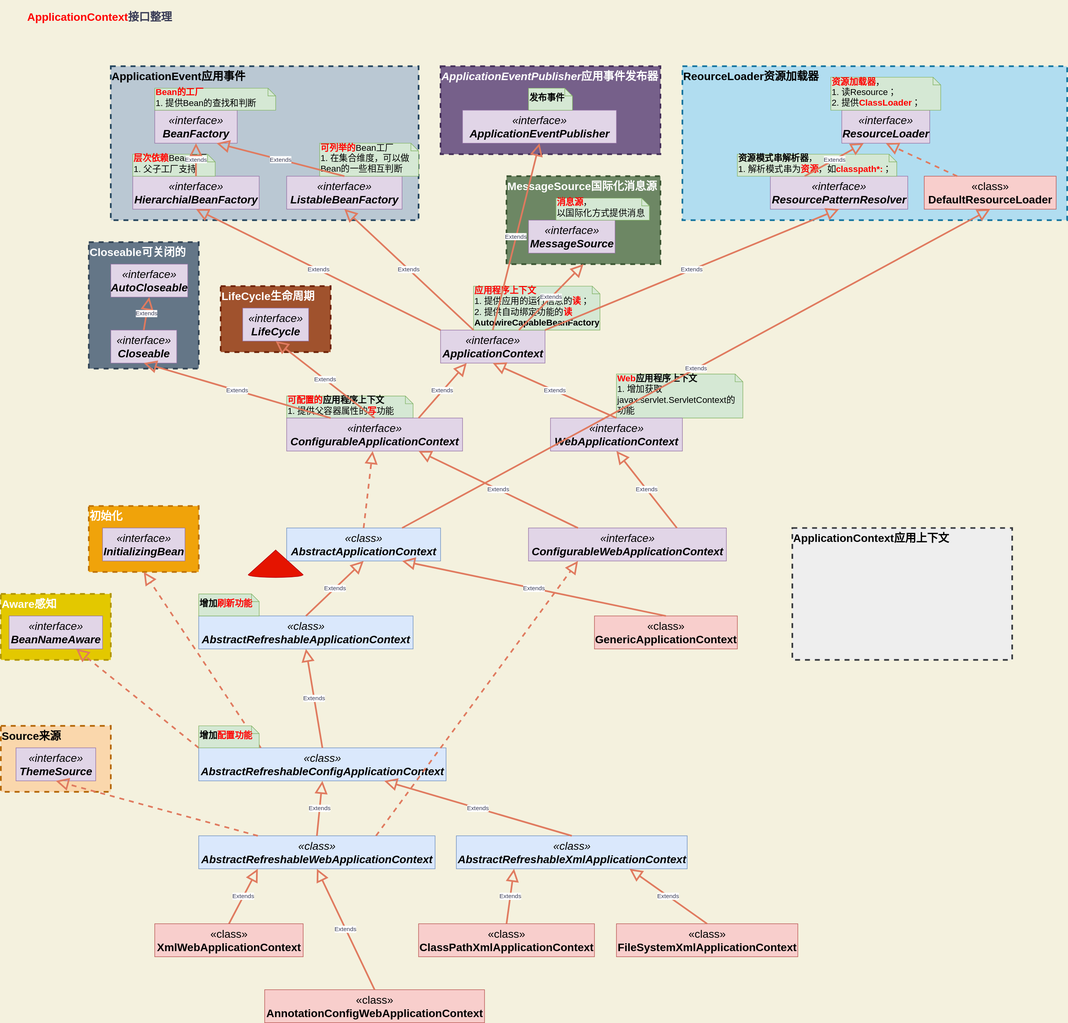
Jinhua-Lee/spring-learning keeps this draw.io diagram as src/main/resources/doc/ref/04_1_1_ApplicationContext体系.svg. Above is the earlier version. Source tidied: cells renumbered, new cells last; positions are measured from the earlier drawing's top-left corner, leaving out a move shared by most shapes.
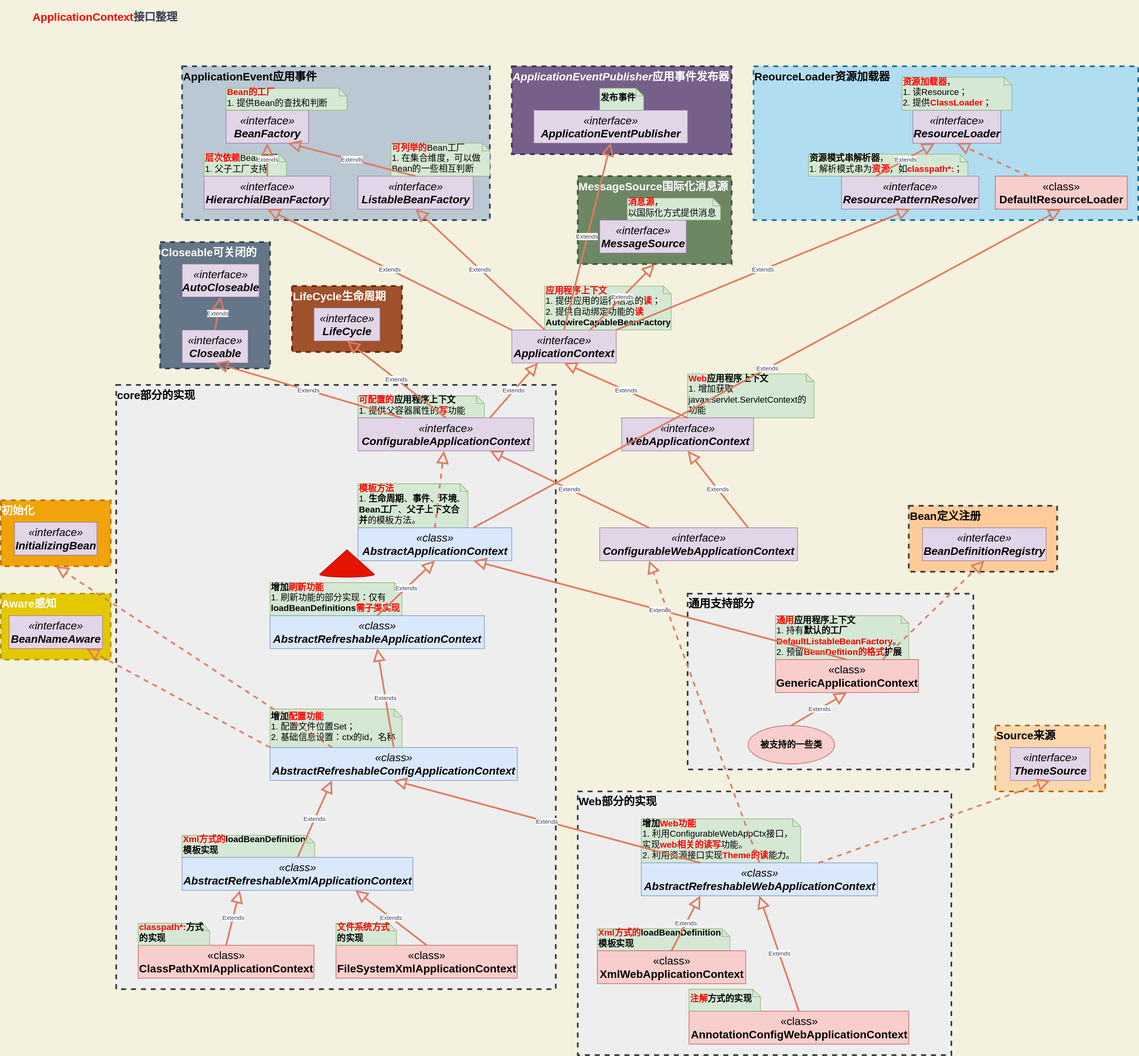
The same diagram one commit later.

Commit message:
1. ApplicationContext的核心脉络整理完成。

What changed in the source:
```diff
@@ -4,7 +4,40 @@
     <mxCell id="1" parent="0" />
+    <mxCell id="85" value="&lt;font style=&quot;font-size: 20px&quot;&gt;&lt;b&gt;通用支持部分&lt;/b&gt;&lt;/font&gt;" style="rounded=0;whiteSpace=wrap;html=1;dashed=1;sketch=0;strokeColor=#36393d;strokeWidth=3;fillColor=#eeeeee;align=left;verticalAlign=top;" parent="1" vertex="1">
+      <mxGeometry x="1120" y="1080" width="520" height="320" as="geometry" />
+    </mxCell>
+    <mxCell id="86" value="&lt;font style=&quot;font-size: 20px&quot;&gt;&lt;b&gt;Web部分的实现&lt;/b&gt;&lt;/font&gt;" style="rounded=0;whiteSpace=wrap;html=1;dashed=1;sketch=0;strokeColor=#36393d;strokeWidth=3;fillColor=#eeeeee;align=left;verticalAlign=top;" parent="1" vertex="1">
+      <mxGeometry x="920" y="1440" width="680" height="480" as="geometry" />
+    </mxCell>
+    <mxCell id="87" value="&lt;font style=&quot;font-size: 16px&quot;&gt;&lt;b&gt;&lt;font color=&quot;#ff0000&quot;&gt;Xml方式的&lt;/font&gt;loadBeanDefinition模板实现&lt;/b&gt;&lt;br&gt;&lt;/font&gt;" style="shape=note;whiteSpace=wrap;html=1;size=14;verticalAlign=middle;align=left;spacingTop=-6;rounded=0;sketch=0;strokeColor=#82b366;fillColor=#d5e8d4;" parent="1" vertex="1">
+      <mxGeometry x="955.6" y="1690" width="241.2" height="40" as="geometry" />
+    </mxCell>
+    <mxCell id="58" value="Extends" style="endArrow=block;endSize=16;endFill=0;html=1;strokeColor=#E07A5F;fillColor=#F2CC8F;fontColor=#393C56;strokeWidth=3;exitX=0.5;exitY=0;exitDx=0;exitDy=0;entryX=0.25;entryY=1;entryDx=0;entryDy=0;" parent="1" edge="1" source="59" target="50">
+      <mxGeometry relative="1" as="geometry" />
+    </mxCell>
+    <mxCell id="29" value="&lt;font style=&quot;font-size: 20px&quot;&gt;&lt;b&gt;core部分的实现&lt;/b&gt;&lt;/font&gt;" style="rounded=0;whiteSpace=wrap;html=1;dashed=1;sketch=0;strokeColor=#36393d;strokeWidth=3;fillColor=#eeeeee;align=left;verticalAlign=top;" parent="1" vertex="1">
+      <mxGeometry x="80" y="700" width="800" height="1100" as="geometry" />
+    </mxCell>
+    <mxCell id="88" value="&lt;font style=&quot;font-size: 16px&quot;&gt;&lt;b&gt;&lt;font color=&quot;#ff0000&quot;&gt;通用&lt;/font&gt;应用程序上下文&lt;/b&gt;&lt;br&gt;1. 持有&lt;b&gt;默认的工厂&lt;font color=&quot;#ff0000&quot;&gt;DefaultListableBeanFactory&lt;/font&gt;&lt;/b&gt;。&lt;br&gt;2. 预留&lt;b&gt;&lt;font color=&quot;#ff0000&quot;&gt;BeanDefition的格式&lt;/font&gt;扩展&lt;/b&gt;&lt;br&gt;&lt;/font&gt;" style="shape=note;whiteSpace=wrap;html=1;size=14;verticalAlign=middle;align=left;spacingTop=-6;rounded=0;sketch=0;strokeColor=#82b366;fillColor=#d5e8d4;" parent="1" vertex="1">
+      <mxGeometry x="1280" y="1120" width="242.5" height="80" as="geometry" />
+    </mxCell>
+    <mxCell id="89" value="&lt;font style=&quot;font-size: 16px&quot;&gt;&lt;b&gt;&lt;font color=&quot;#ff0000&quot;&gt;Xml方式的&lt;/font&gt;loadBeanDefinition模板实现&lt;/b&gt;&lt;br&gt;&lt;/font&gt;" style="shape=note;whiteSpace=wrap;html=1;size=14;verticalAlign=middle;align=left;spacingTop=-6;rounded=0;sketch=0;strokeColor=#82b366;fillColor=#d5e8d4;" parent="1" vertex="1">
+      <mxGeometry x="200" y="1520" width="241.2" height="40" as="geometry" />
+    </mxCell>
+    <mxCell id="90" value="&lt;font style=&quot;font-size: 16px&quot;&gt;&lt;b&gt;增加&lt;font color=&quot;#ff0000&quot;&gt;Web功能&lt;br&gt;&lt;/font&gt;&lt;/b&gt;1. 利用ConfigurableWebAppCtx接口，实现&lt;b&gt;&lt;font color=&quot;#ff0000&quot;&gt;web相关的读写&lt;/font&gt;&lt;/b&gt;功能。&lt;br&gt;2. 利用资源接口实现&lt;b&gt;&lt;font color=&quot;#ff0000&quot;&gt;Theme的读&lt;/font&gt;&lt;/b&gt;能力。&lt;br&gt;&lt;/font&gt;" style="shape=note;whiteSpace=wrap;html=1;size=14;verticalAlign=middle;align=left;spacingTop=-6;rounded=0;sketch=0;strokeColor=#82b366;fillColor=#d5e8d4;" parent="1" vertex="1">
+      <mxGeometry x="1035.6" y="1490" width="290" height="80" as="geometry" />
+    </mxCell>
+    <mxCell id="80" value="&lt;font style=&quot;font-size: 16px&quot;&gt;&lt;b&gt;增加&lt;font color=&quot;#ff0000&quot;&gt;配置功能&lt;br&gt;&lt;/font&gt;&lt;/b&gt;1. 配置文件位置Set；&lt;br&gt;2. 基础信息设置：ctx的id，名称&lt;br&gt;&lt;/font&gt;" style="shape=note;whiteSpace=wrap;html=1;size=14;verticalAlign=middle;align=left;spacingTop=-6;rounded=0;sketch=0;strokeColor=#82b366;fillColor=#d5e8d4;" parent="1" vertex="1">
+      <mxGeometry x="360" y="1290" width="240" height="70" as="geometry" />
+    </mxCell>
+    <mxCell id="75" value="&lt;font style=&quot;font-size: 16px&quot;&gt;&lt;b&gt;增加&lt;font color=&quot;#ff0000&quot;&gt;刷新功能&lt;/font&gt;&lt;br&gt;&lt;/b&gt;1. 刷新功能的部分实现：仅有&lt;b&gt;loadBeanDefinitions&lt;font color=&quot;#ff0000&quot;&gt;需子类实现&lt;/font&gt;&lt;/b&gt;&lt;br&gt;&lt;/font&gt;" style="shape=note;whiteSpace=wrap;html=1;size=14;verticalAlign=middle;align=left;spacingTop=-6;rounded=0;sketch=0;strokeColor=#82b366;fillColor=#d5e8d4;" parent="1" vertex="1">
+      <mxGeometry x="360" y="1060" width="240" height="60" as="geometry" />
+    </mxCell>
+    <mxCell id="91" value="&lt;font style=&quot;font-size: 16px&quot;&gt;&lt;b&gt;&lt;font color=&quot;#ff0000&quot;&gt;模板方法&lt;br&gt;&lt;/font&gt;&lt;/b&gt;1. &lt;b&gt;生命周期&lt;/b&gt;、&lt;b&gt;事件&lt;/b&gt;、&lt;b&gt;环境&lt;/b&gt;、&lt;b&gt;Bean工厂&lt;/b&gt;、&lt;b&gt;父子上下文合并&lt;/b&gt;的模板方法。&lt;br&gt;&lt;/font&gt;" style="shape=note;whiteSpace=wrap;html=1;size=14;verticalAlign=middle;align=left;spacingTop=-6;rounded=0;sketch=0;strokeColor=#82b366;fillColor=#d5e8d4;" parent="1" vertex="1">
+      <mxGeometry x="520" y="880" width="200" height="80" as="geometry" />
+    </mxCell>
     <mxCell id="2" value="&lt;span style=&quot;font-size: 20px&quot;&gt;&lt;b&gt;Aware感知&lt;/b&gt;&lt;/span&gt;" style="rounded=0;whiteSpace=wrap;html=1;dashed=1;sketch=0;strokeColor=#B09500;strokeWidth=3;fillColor=#e3c800;align=left;verticalAlign=top;fontColor=#ffffff;" parent="1" vertex="1">
-      <mxGeometry y="1080" width="200" height="120" as="geometry" />
+      <mxGeometry x="-130" y="1080" width="200" height="120" as="geometry" />
     </mxCell>
     <mxCell id="3" value="&lt;span style=&quot;font-size: 20px&quot;&gt;&lt;b&gt;初始化&lt;/b&gt;&lt;/span&gt;" style="rounded=0;whiteSpace=wrap;html=1;dashed=1;sketch=0;strokeColor=#BD7000;strokeWidth=3;fillColor=#f0a30a;align=left;verticalAlign=top;fontColor=#ffffff;" parent="1" vertex="1">
-      <mxGeometry x="160" y="920" width="200" height="120" as="geometry" />
+      <mxGeometry x="-130" y="910" width="200" height="120" as="geometry" />
     </mxCell>
@@ -50,3 +83,3 @@
     <mxCell id="17" value="&lt;font style=&quot;font-size: 20px&quot;&gt;&lt;b&gt;&lt;font color=&quot;#ff0000&quot;&gt;ApplicationContext&lt;/font&gt;接口整理&lt;/b&gt;&lt;/font&gt;" style="text;html=1;strokeColor=none;fillColor=none;align=center;verticalAlign=middle;whiteSpace=wrap;rounded=0;sketch=0;fontColor=#393C56;" parent="1" vertex="1">
-      <mxGeometry x="40" width="280" height="60" as="geometry" />
+      <mxGeometry x="-80" width="280" height="60" as="geometry" />
     </mxCell>
@@ -85,5 +118,2 @@
     </mxCell>
-    <mxCell id="29" value="&lt;font style=&quot;font-size: 20px&quot;&gt;&lt;b&gt;ApplicationContext应用上下文&lt;/b&gt;&lt;/font&gt;" style="rounded=0;whiteSpace=wrap;html=1;dashed=1;sketch=0;strokeColor=#36393d;strokeWidth=3;fillColor=#eeeeee;align=left;verticalAlign=top;" parent="1" vertex="1">
-      <mxGeometry x="1440" y="960" width="400" height="240" as="geometry" />
-    </mxCell>
     <mxCell id="30" value="&lt;font style=&quot;font-size: 20px&quot;&gt;&lt;i&gt;«interface»&lt;br&gt;&lt;b&gt;ApplicationContext&lt;/b&gt;&lt;/i&gt;&lt;/font&gt;" style="html=1;rounded=0;sketch=0;strokeColor=#9673a6;fillColor=#e1d5e7;" parent="1" vertex="1">
@@ -137,3 +167,3 @@
     <mxCell id="46" value="&lt;font style=&quot;font-size: 20px&quot;&gt;«class»&lt;br&gt;&lt;b&gt;GenericApplicationContext&lt;/b&gt;&lt;br&gt;&lt;/font&gt;" style="html=1;rounded=0;sketch=0;strokeColor=#b85450;fillColor=#f8cecc;" parent="1" vertex="1">
-      <mxGeometry x="1080" y="1120" width="260" height="60" as="geometry" />
+      <mxGeometry x="1280" y="1200" width="260" height="60" as="geometry" />
     </mxCell>
@@ -149,5 +179,5 @@
     <mxCell id="50" value="&lt;font style=&quot;font-size: 20px&quot;&gt;&lt;i&gt;«class»&lt;br&gt;&lt;b&gt;AbstractRefreshableWebApplicationContext&lt;/b&gt;&lt;/i&gt;&lt;/font&gt;" style="html=1;rounded=0;sketch=0;strokeColor=#6c8ebf;fillColor=#dae8fc;" parent="1" vertex="1">
-      <mxGeometry x="360" y="1520" width="430" height="60" as="geometry" />
+      <mxGeometry x="1035.6" y="1570" width="430" height="60" as="geometry" />
     </mxCell>
-    <mxCell id="51" value="Extends" style="endArrow=block;endSize=16;endFill=0;html=1;strokeColor=#E07A5F;fillColor=#F2CC8F;fontColor=#393C56;strokeWidth=3;exitX=0.5;exitY=0;exitDx=0;exitDy=0;entryX=0.5;entryY=1;entryDx=0;entryDy=0;" parent="1" edge="1" source="50" target="48">
+    <mxCell id="51" value="Extends" style="endArrow=block;endSize=16;endFill=0;html=1;strokeColor=#E07A5F;fillColor=#F2CC8F;fontColor=#393C56;strokeWidth=3;exitX=0.25;exitY=0;exitDx=0;exitDy=0;entryX=0.5;entryY=1;entryDx=0;entryDy=0;" parent="1" edge="1" source="50" target="48">
       <mxGeometry relative="1" as="geometry" />
@@ -155,5 +185,5 @@
     <mxCell id="52" value="&lt;font style=&quot;font-size: 20px&quot;&gt;&lt;i&gt;«class»&lt;br&gt;&lt;b&gt;AbstractRefreshableXmlApplicationContext&lt;/b&gt;&lt;/i&gt;&lt;/font&gt;" style="html=1;rounded=0;sketch=0;strokeColor=#6c8ebf;fillColor=#dae8fc;" parent="1" vertex="1">
-      <mxGeometry x="828.8" y="1520" width="420" height="60" as="geometry" />
+      <mxGeometry x="200" y="1560" width="420" height="60" as="geometry" />
     </mxCell>
-    <mxCell id="53" value="Extends" style="endArrow=block;endSize=16;endFill=0;html=1;strokeColor=#E07A5F;fillColor=#F2CC8F;fontColor=#393C56;strokeWidth=3;exitX=0.5;exitY=0;exitDx=0;exitDy=0;entryX=0.75;entryY=1;entryDx=0;entryDy=0;" parent="1" edge="1" source="52" target="48">
+    <mxCell id="53" value="Extends" style="endArrow=block;endSize=16;endFill=0;html=1;strokeColor=#E07A5F;fillColor=#F2CC8F;fontColor=#393C56;strokeWidth=3;exitX=0.5;exitY=0;exitDx=0;exitDy=0;entryX=0.25;entryY=1;entryDx=0;entryDy=0;" parent="1" edge="1" source="52" target="48">
       <mxGeometry relative="1" as="geometry" />
@@ -161,3 +191,3 @@
     <mxCell id="54" value="&lt;font style=&quot;font-size: 20px&quot;&gt;«class»&lt;br&gt;&lt;b&gt;FileSystemXmlApplicationContext&lt;/b&gt;&lt;br&gt;&lt;/font&gt;" style="html=1;rounded=0;sketch=0;strokeColor=#b85450;fillColor=#f8cecc;" parent="1" vertex="1">
-      <mxGeometry x="1120" y="1680" width="330" height="60" as="geometry" />
+      <mxGeometry x="480" y="1720" width="330" height="60" as="geometry" />
     </mxCell>
@@ -167,3 +197,3 @@
     <mxCell id="56" value="&lt;font style=&quot;font-size: 20px&quot;&gt;«class»&lt;br&gt;&lt;b&gt;ClassPathXmlApplicationContext&lt;/b&gt;&lt;br&gt;&lt;/font&gt;" style="html=1;rounded=0;sketch=0;strokeColor=#b85450;fillColor=#f8cecc;" parent="1" vertex="1">
-      <mxGeometry x="760" y="1680" width="320" height="60" as="geometry" />
+      <mxGeometry x="120" y="1720" width="320" height="60" as="geometry" />
     </mxCell>
@@ -172,10 +202,7 @@
     </mxCell>
-    <mxCell id="58" value="Extends" style="endArrow=block;endSize=16;endFill=0;html=1;strokeColor=#E07A5F;fillColor=#F2CC8F;fontColor=#393C56;strokeWidth=3;exitX=0.5;exitY=0;exitDx=0;exitDy=0;entryX=0.25;entryY=1;entryDx=0;entryDy=0;" parent="1" edge="1" source="59" target="50">
-      <mxGeometry relative="1" as="geometry" />
-    </mxCell>
     <mxCell id="59" value="&lt;font style=&quot;font-size: 20px&quot;&gt;«class»&lt;br&gt;&lt;b&gt;XmlWebApplicationContext&lt;/b&gt;&lt;br&gt;&lt;/font&gt;" style="html=1;rounded=0;sketch=0;strokeColor=#b85450;fillColor=#f8cecc;" parent="1" vertex="1">
-      <mxGeometry x="280" y="1680" width="270" height="60" as="geometry" />
+      <mxGeometry x="955.6" y="1730" width="270" height="60" as="geometry" />
     </mxCell>
     <mxCell id="60" value="&lt;font style=&quot;font-size: 20px&quot;&gt;«class»&lt;br&gt;&lt;b&gt;AnnotationConfigWebApplicationContext&lt;/b&gt;&lt;br&gt;&lt;/font&gt;" style="html=1;rounded=0;sketch=0;strokeColor=#b85450;fillColor=#f8cecc;" parent="1" vertex="1">
-      <mxGeometry x="480" y="1800" width="400" height="60" as="geometry" />
+      <mxGeometry x="1122.5" y="1840" width="400" height="60" as="geometry" />
     </mxCell>
@@ -223,10 +250,7 @@
     </mxCell>
-    <mxCell id="75" value="&lt;font style=&quot;font-size: 16px&quot;&gt;&lt;b&gt;增加&lt;font color=&quot;#ff0000&quot;&gt;刷新功能&lt;/font&gt;&lt;/b&gt;&lt;br&gt;&lt;/font&gt;" style="shape=note;whiteSpace=wrap;html=1;size=14;verticalAlign=middle;align=left;spacingTop=-6;rounded=0;sketch=0;strokeColor=#82b366;fillColor=#d5e8d4;" parent="1" vertex="1">
-      <mxGeometry x="360" y="1080" width="110" height="40" as="geometry" />
-    </mxCell>
     <mxCell id="76" value="&lt;font style=&quot;font-size: 20px&quot;&gt;&lt;i&gt;«interface»&lt;br&gt;&lt;b&gt;BeanNameAware&lt;/b&gt;&lt;/i&gt;&lt;/font&gt;" style="html=1;rounded=0;sketch=0;strokeColor=#9673a6;fillColor=#e1d5e7;" parent="1" vertex="1">
-      <mxGeometry x="15" y="1120" width="170" height="60" as="geometry" />
+      <mxGeometry x="-115" y="1120" width="170" height="60" as="geometry" />
     </mxCell>
     <mxCell id="77" value="&lt;font style=&quot;font-size: 20px&quot;&gt;&lt;i&gt;«interface»&lt;br&gt;&lt;b&gt;InitializingBean&lt;/b&gt;&lt;/i&gt;&lt;/font&gt;" style="html=1;rounded=0;sketch=0;strokeColor=#9673a6;fillColor=#e1d5e7;" parent="1" vertex="1">
-      <mxGeometry x="185" y="960" width="150" height="60" as="geometry" />
+      <mxGeometry x="-105" y="950" width="150" height="60" as="geometry" />
     </mxCell>
@@ -240,6 +264,3 @@
     </mxCell>
-    <mxCell id="80" value="&lt;font style=&quot;font-size: 16px&quot;&gt;&lt;b&gt;增加&lt;font color=&quot;#ff0000&quot;&gt;配置功能&lt;/font&gt;&lt;/b&gt;&lt;br&gt;&lt;/font&gt;" style="shape=note;whiteSpace=wrap;html=1;size=14;verticalAlign=middle;align=left;spacingTop=-6;rounded=0;sketch=0;strokeColor=#82b366;fillColor=#d5e8d4;" parent="1" vertex="1">
-      <mxGeometry x="360" y="1320" width="110" height="40" as="geometry" />
-    </mxCell>
-    <mxCell id="81" style="edgeStyle=none;jettySize=auto;html=1;dashed=1;fontColor=#393C56;endArrow=block;endFill=0;endSize=16;strokeColor=#E07A5F;strokeWidth=3;fillColor=#F2CC8F;exitX=0.75;exitY=0;exitDx=0;exitDy=0;entryX=0.25;entryY=1;entryDx=0;entryDy=0;" parent="1" edge="1" source="50" target="62">
+    <mxCell id="81" style="edgeStyle=none;jettySize=auto;html=1;dashed=1;fontColor=#393C56;endArrow=block;endFill=0;endSize=16;strokeColor=#E07A5F;strokeWidth=3;fillColor=#F2CC8F;exitX=0.5;exitY=0;exitDx=0;exitDy=0;entryX=0.25;entryY=1;entryDx=0;entryDy=0;" parent="1" edge="1" source="50" target="62">
       <mxGeometry relative="1" as="geometry" />
@@ -247,10 +268,34 @@
     <mxCell id="82" value="&lt;span style=&quot;font-size: 20px&quot;&gt;&lt;b&gt;Source来源&lt;/b&gt;&lt;/span&gt;" style="rounded=0;whiteSpace=wrap;html=1;dashed=1;sketch=0;strokeWidth=3;fillColor=#fad7ac;align=left;verticalAlign=top;strokeColor=#b46504;" parent="1" vertex="1">
-      <mxGeometry y="1320" width="200" height="120" as="geometry" />
+      <mxGeometry x="1680" y="1320" width="200" height="120" as="geometry" />
     </mxCell>
     <mxCell id="83" value="&lt;font style=&quot;font-size: 20px&quot;&gt;&lt;i&gt;«interface»&lt;br&gt;&lt;b&gt;ThemeSource&lt;/b&gt;&lt;/i&gt;&lt;/font&gt;" style="html=1;rounded=0;sketch=0;strokeColor=#9673a6;fillColor=#e1d5e7;" parent="1" vertex="1">
-      <mxGeometry x="27.5" y="1360" width="145" height="60" as="geometry" />
+      <mxGeometry x="1707.5" y="1360" width="145" height="60" as="geometry" />
     </mxCell>
-    <mxCell id="84" style="edgeStyle=none;jettySize=auto;html=1;dashed=1;fontColor=#393C56;endArrow=block;endFill=0;endSize=16;strokeColor=#E07A5F;strokeWidth=3;fillColor=#F2CC8F;exitX=0.25;exitY=0;exitDx=0;exitDy=0;entryX=0.5;entryY=1;entryDx=0;entryDy=0;" parent="1" edge="1" source="50" target="83">
+    <mxCell id="84" style="edgeStyle=none;jettySize=auto;html=1;dashed=1;fontColor=#393C56;endArrow=block;endFill=0;endSize=16;strokeColor=#E07A5F;strokeWidth=3;fillColor=#F2CC8F;exitX=0.75;exitY=0;exitDx=0;exitDy=0;entryX=0.5;entryY=1;entryDx=0;entryDy=0;" parent="1" edge="1" source="50" target="83">
       <mxGeometry relative="1" as="geometry" />
     </mxCell>
+    <mxCell id="92" value="&lt;font style=&quot;font-size: 16px&quot;&gt;&lt;b&gt;&lt;font color=&quot;#ff0000&quot;&gt;classpath*:&lt;/font&gt;方式的实现&lt;/b&gt;&lt;br&gt;&lt;/font&gt;" style="shape=note;whiteSpace=wrap;html=1;size=14;verticalAlign=middle;align=left;spacingTop=-6;rounded=0;sketch=0;strokeColor=#82b366;fillColor=#d5e8d4;" parent="1" vertex="1">
+      <mxGeometry x="120" y="1680" width="130" height="40" as="geometry" />
+    </mxCell>
+    <mxCell id="93" value="&lt;font style=&quot;font-size: 16px&quot;&gt;&lt;b&gt;&lt;font color=&quot;#ff0000&quot;&gt;文件系统方式&lt;/font&gt;的实现&lt;/b&gt;&lt;br&gt;&lt;/font&gt;" style="shape=note;whiteSpace=wrap;html=1;size=14;verticalAlign=middle;align=left;spacingTop=-6;rounded=0;sketch=0;strokeColor=#82b366;fillColor=#d5e8d4;" parent="1" vertex="1">
+      <mxGeometry x="480" y="1680" width="110" height="40" as="geometry" />
+    </mxCell>
+    <mxCell id="94" value="&lt;font style=&quot;font-size: 16px&quot;&gt;&lt;b&gt;&lt;font color=&quot;#ff0000&quot;&gt;注解&lt;/font&gt;方式的实现&lt;/b&gt;&lt;br&gt;&lt;/font&gt;" style="shape=note;whiteSpace=wrap;html=1;size=14;verticalAlign=middle;align=left;spacingTop=-6;rounded=0;sketch=0;strokeColor=#82b366;fillColor=#d5e8d4;" parent="1" vertex="1">
+      <mxGeometry x="1122.5" y="1800" width="130" height="40" as="geometry" />
+    </mxCell>
+    <mxCell id="95" value="&lt;span style=&quot;font-size: 20px&quot;&gt;&lt;b&gt;Bean定义注册&lt;/b&gt;&lt;/span&gt;" style="rounded=0;whiteSpace=wrap;html=1;dashed=1;sketch=0;strokeColor=#36393d;strokeWidth=3;fillColor=#ffcc99;align=left;verticalAlign=top;" parent="1" vertex="1">
+      <mxGeometry x="1522.5" y="920" width="270" height="120" as="geometry" />
+    </mxCell>
+    <mxCell id="96" value="&lt;font style=&quot;font-size: 20px&quot;&gt;&lt;i&gt;«interface»&lt;br&gt;&lt;b&gt;BeanDefinitionRegistry&lt;/b&gt;&lt;/i&gt;&lt;/font&gt;" style="html=1;rounded=0;sketch=0;strokeColor=#9673a6;fillColor=#e1d5e7;" parent="1" vertex="1">
+      <mxGeometry x="1547.5" y="960" width="225" height="60" as="geometry" />
+    </mxCell>
+    <mxCell id="97" style="edgeStyle=none;jettySize=auto;html=1;dashed=1;fontColor=#393C56;endArrow=block;endFill=0;endSize=16;strokeColor=#E07A5F;strokeWidth=3;fillColor=#F2CC8F;exitX=0.75;exitY=0;exitDx=0;exitDy=0;entryX=0.5;entryY=1;entryDx=0;entryDy=0;" parent="1" edge="1" source="46" target="96">
+      <mxGeometry relative="1" as="geometry" />
+    </mxCell>
+    <mxCell id="98" value="&lt;b&gt;&lt;font style=&quot;font-size: 16px&quot;&gt;被支持的一些类&lt;/font&gt;&lt;/b&gt;" style="ellipse;whiteSpace=wrap;html=1;rounded=0;sketch=0;strokeColor=#b85450;fillColor=#f8cecc;" parent="1" vertex="1">
+      <mxGeometry x="1230" y="1320" width="157.5" height="70" as="geometry" />
+    </mxCell>
+    <mxCell id="99" value="Extends" style="endArrow=block;endSize=16;endFill=0;html=1;strokeColor=#E07A5F;fillColor=#F2CC8F;fontColor=#393C56;strokeWidth=3;exitX=0.5;exitY=0;exitDx=0;exitDy=0;entryX=0.5;entryY=1;entryDx=0;entryDy=0;" parent="1" edge="1" source="98" target="46">
+      <mxGeometry relative="1" as="geometry" />
+    </mxCell>
   </root>
```
